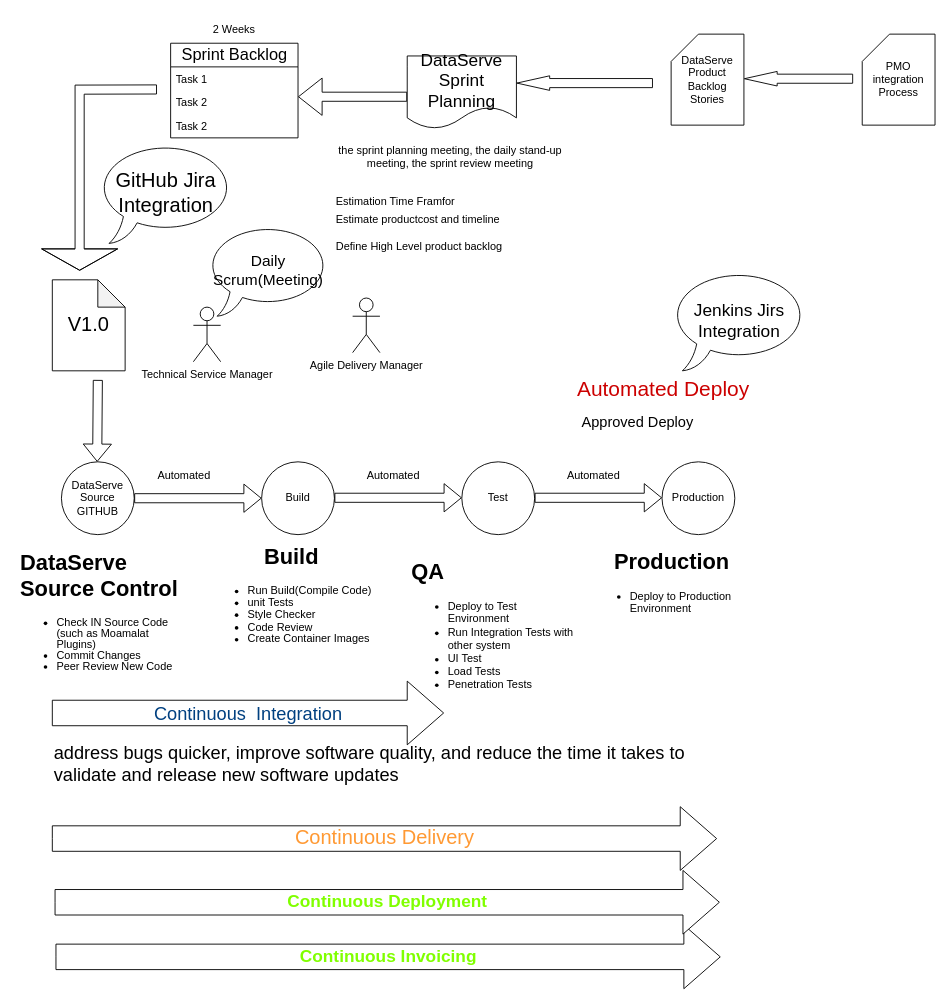
Basharabulaban/dataserve keeps this draw.io diagram as CICD.drawio. Above is the earlier version. Source tidied: cells renumbered, new cells numbered last; positions are measured from the earlier drawing's top-left corner, leaving out a move shared by most shapes. Both pictures are drawn from the tidied source at 91%, with x=0, y=0 at pixel (15, 15).
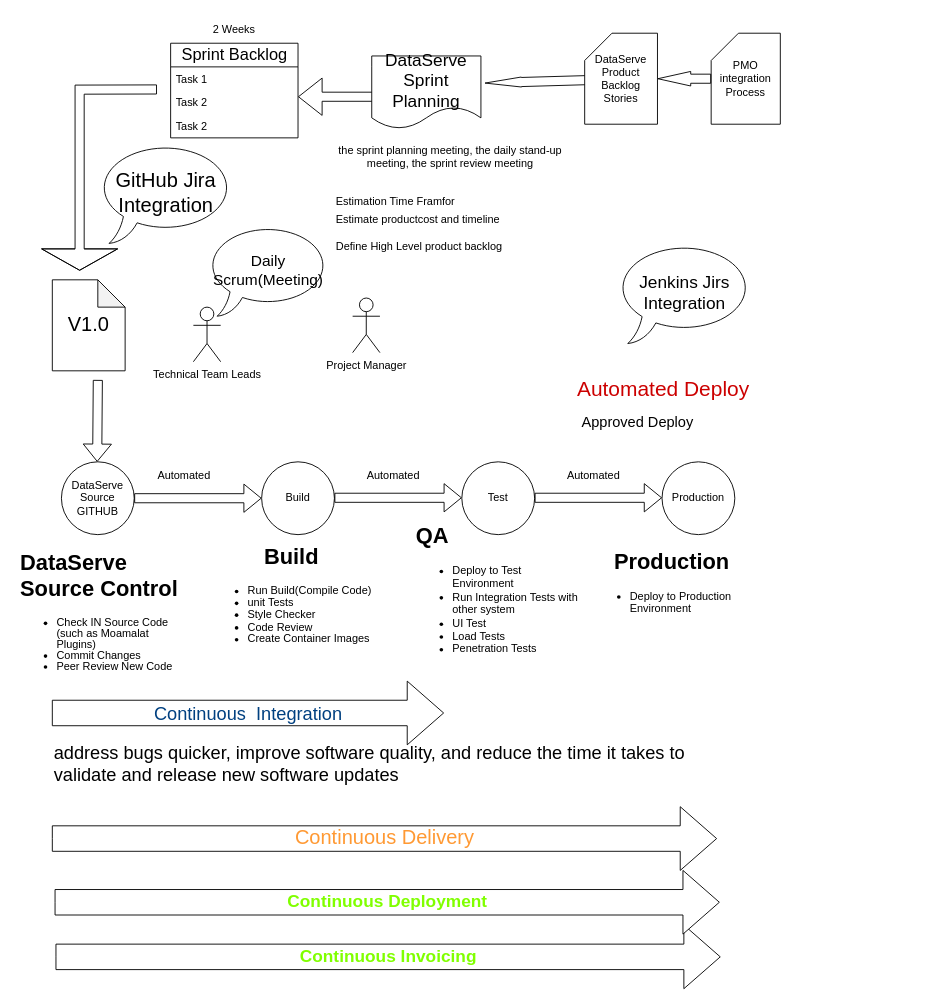
Above is the later version.

The edit, as a diff of the source:
```diff
@@
     <mxCell id="11" value="&lt;h1&gt;QA&lt;br&gt;&lt;/h1&gt;&lt;ul&gt;&lt;li&gt;Deploy to Test Environment&lt;/li&gt;&lt;li&gt;Run Integration Tests with other system&lt;/li&gt;&lt;li&gt;UI Test&lt;/li&gt;&lt;li&gt;Load Tests &lt;/li&gt;&lt;li&gt;Penetration Tests&lt;/li&gt;&lt;/ul&gt;" style="text;html=1;strokeColor=none;fillColor=none;spacing=5;spacingTop=-20;whiteSpace=wrap;overflow=hidden;rounded=0;" parent="1" vertex="1">
-      <mxGeometry x="430" y="591" width="190" height="210" as="geometry" />
+      <mxGeometry x="435" y="552" width="190" height="210" as="geometry" />
     </mxCell>
@@
     <mxCell id="24" value="DataServe Sprint Planning" style="shape=document;whiteSpace=wrap;html=1;boundedLbl=1;fontSize=19;" parent="1" vertex="1">
-      <mxGeometry x="430" y="44" width="120" height="80" as="geometry" />
+      <mxGeometry x="391" y="44" width="120" height="80" as="geometry" />
     </mxCell>
@@
-    <mxCell id="29" style="shape=flexArrow;endArrow=classic;html=1;rounded=0;endWidth=5;endSize=11.674999999999999;" parent="1" edge="1">
+    <mxCell id="29" style="shape=flexArrow;endArrow=classic;html=1;rounded=0;endWidth=0;endSize=13.015384615384617;" parent="1" edge="1">
       <mxGeometry relative="1" as="geometry">
-        <mxPoint x="700" y="73.8" as="sourcePoint" />
-        <mxPoint x="550" y="73.8" as="targetPoint" />
+        <mxPoint x="640" y="70.2" as="sourcePoint" />
+        <mxPoint x="515" y="73.8" as="targetPoint" />
       </mxGeometry>
     </mxCell>
@@
     <mxCell id="31" value="&lt;font style=&quot;font-size: 19px;&quot;&gt;Jenkins Jirs Integration&lt;/font&gt;" style="whiteSpace=wrap;html=1;shape=mxgraph.basic.oval_callout;" parent="1" vertex="1">
-      <mxGeometry x="720" y="280" width="150" height="110" as="geometry" />
+      <mxGeometry x="660" y="250" width="150" height="110" as="geometry" />
     </mxCell>
@@
-    <mxCell id="33" value="&lt;div align=&quot;center&quot;&gt;&lt;font style=&quot;font-size: 12px;&quot;&gt;DataServe Product Backlog &lt;br&gt;&lt;/font&gt;&lt;/div&gt;&lt;div align=&quot;center&quot;&gt;&lt;font style=&quot;font-size: 12px;&quot;&gt;Stories&lt;/font&gt;&lt;/div&gt;" style="shape=card;whiteSpace=wrap;html=1;" parent="1" vertex="1">
-      <mxGeometry x="720" y="20" width="80" height="100" as="geometry" />
-    </mxCell>
@@
-    <mxCell id="37" value="Technical Service Manager" style="shape=umlActor;verticalLabelPosition=bottom;verticalAlign=top;html=1;" parent="1" vertex="1">
+    <mxCell id="37" value="Technical Team Leads " style="shape=umlActor;verticalLabelPosition=bottom;verticalAlign=top;html=1;" parent="1" vertex="1">
       <mxGeometry x="195" y="320" width="30" height="60" as="geometry" />
     </mxCell>
@@
-    <mxCell id="42" value="Agile Delivery Manager" style="shape=umlActor;verticalLabelPosition=bottom;verticalAlign=top;html=1;" parent="1" vertex="1">
+    <mxCell id="42" value="Project Manager" style="shape=umlActor;verticalLabelPosition=bottom;verticalAlign=top;html=1;" parent="1" vertex="1">
       <mxGeometry x="370" y="310" width="30" height="60" as="geometry" />
     </mxCell>
@@
     <mxCell id="44" value="PMO integration Process" style="shape=card;whiteSpace=wrap;html=1;" parent="1" vertex="1">
-      <mxGeometry x="930" y="20" width="80" height="100" as="geometry" />
+      <mxGeometry x="764" y="19" width="76" height="100" as="geometry" />
     </mxCell>
-    <mxCell id="45" style="shape=flexArrow;endArrow=classic;html=1;rounded=0;endWidth=5;endSize=11.674999999999999;" parent="1" edge="1">
-      <mxGeometry relative="1" as="geometry">
-        <mxPoint x="920" y="69" as="sourcePoint" />
-        <mxPoint x="800" y="69" as="targetPoint" />
-      </mxGeometry>
+    <mxCell id="45" style="shape=flexArrow;endArrow=classic;html=1;rounded=0;endWidth=5;endSize=11.674999999999999;entryX=1;entryY=0.5;entryDx=0;entryDy=0;entryPerimeter=0;" parent="1" edge="1" source="44" target="33">
+      <mxGeometry relative="1" as="geometry" />
     </mxCell>
+    <mxCell id="46" style="shape=flexArrow;endArrow=classic;html=1;rounded=0;endWidth=5;endSize=11.674999999999999;" parent="1" edge="1" target="33">
+      <mxGeometry relative="1" as="geometry">
+        <mxPoint x="700" y="73.8" as="sourcePoint" />
+      </mxGeometry>
+    </mxCell>
+    <mxCell id="33" value="&lt;div align=&quot;center&quot;&gt;&lt;font style=&quot;font-size: 12px;&quot;&gt;DataServe Product Backlog &lt;br&gt;&lt;/font&gt;&lt;/div&gt;&lt;div align=&quot;center&quot;&gt;&lt;font style=&quot;font-size: 12px;&quot;&gt;Stories&lt;/font&gt;&lt;/div&gt;" style="shape=card;whiteSpace=wrap;html=1;" parent="1" vertex="1">
+      <mxGeometry x="625" y="19" width="80" height="100" as="geometry" />
+    </mxCell>
```
